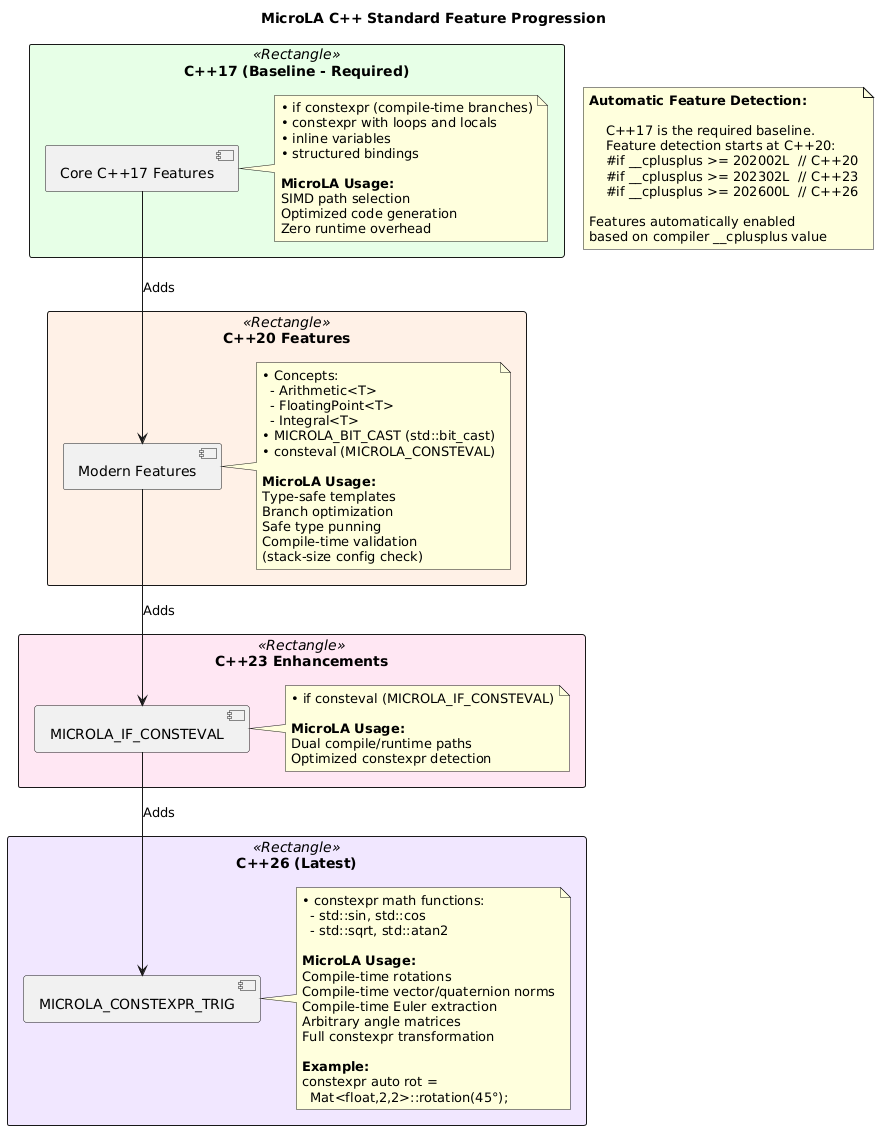
jwbmwv/microLA keeps this PlantUML diagram as design/cpp_standard_features.png. Above is the earlier version.
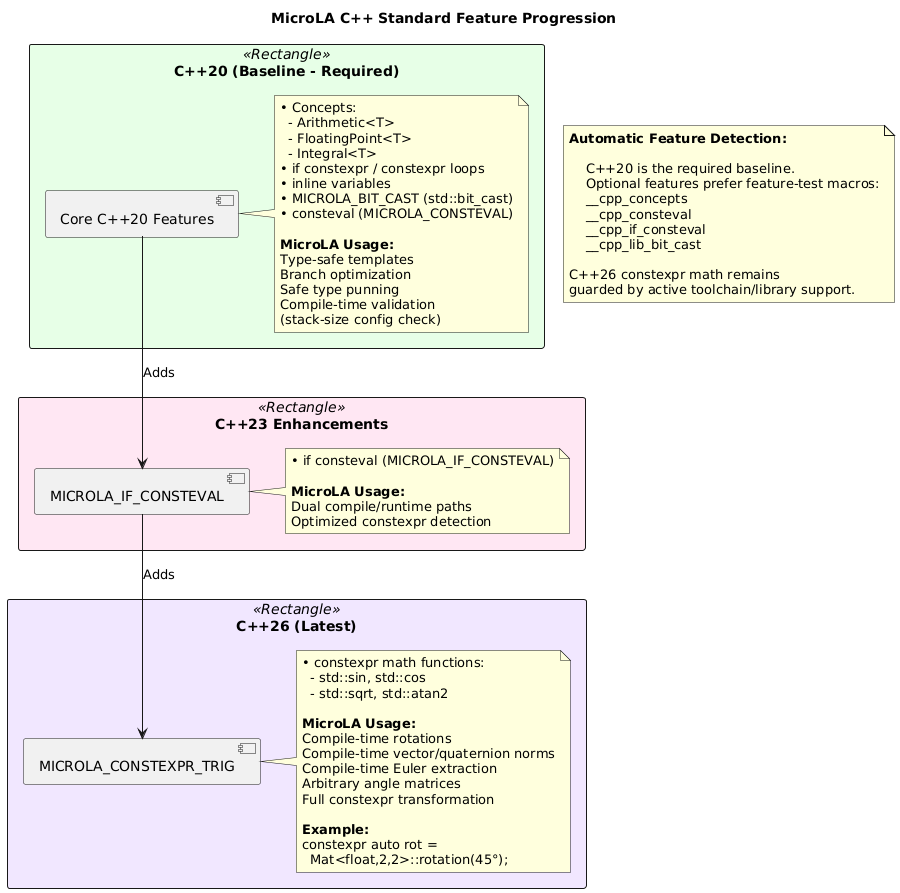
Above is the later version.

The edit, as a diff of the source:
```diff
@@ -3,28 +3,15 @@
 
 skinparam packageStyle rectangle
 
-package "C++17 (Baseline - Required)" <<Rectangle>> #E6FFE6 {
-    component "Core C++17 Features" as cpp17
-    note right of cpp17
-        • if constexpr (compile-time branches)
-        • constexpr with loops and locals
-        • inline variables
-        • structured bindings
-
-        **MicroLA Usage:**
-        SIMD path selection
-        Optimized code generation
-        Zero runtime overhead
-    end note
-}
-
-package "C++20 Features" <<Rectangle>> #FFF0E6 {
-    component "Modern Features" as cpp20
+package "C++20 (Baseline - Required)" <<Rectangle>> #E6FFE6 {
+    component "Core C++20 Features" as cpp20
     note right of cpp20
         • Concepts:
           - Arithmetic<T>
           - FloatingPoint<T>
           - Integral<T>
+        • if constexpr / constexpr loops
+        • inline variables
         • MICROLA_BIT_CAST (std::bit_cast)
         • consteval (MICROLA_CONSTEVAL)
 
@@ -68,21 +55,21 @@
     end note
 }
 
-cpp17 -down-> cpp20 : Adds
 cpp20 -down-> cpp23 : Adds
 cpp23 -down-> cpp26 : Adds
 
 note as FeatureDetection
     **Automatic Feature Detection:**
 
-        C++17 is the required baseline.
-        Feature detection starts at C++20:
-        #if __cplusplus >= 202002L  // C++20
-        #if __cplusplus >= 202302L  // C++23
-        #if __cplusplus >= 202600L  // C++26
+        C++20 is the required baseline.
+        Optional features prefer feature-test macros:
+        __cpp_concepts
+        __cpp_consteval
+        __cpp_if_consteval
+        __cpp_lib_bit_cast
 
-    Features automatically enabled
-    based on compiler __cplusplus value
+    C++26 constexpr math remains
+    guarded by active toolchain/library support.
 end note
 
 @enduml
```
